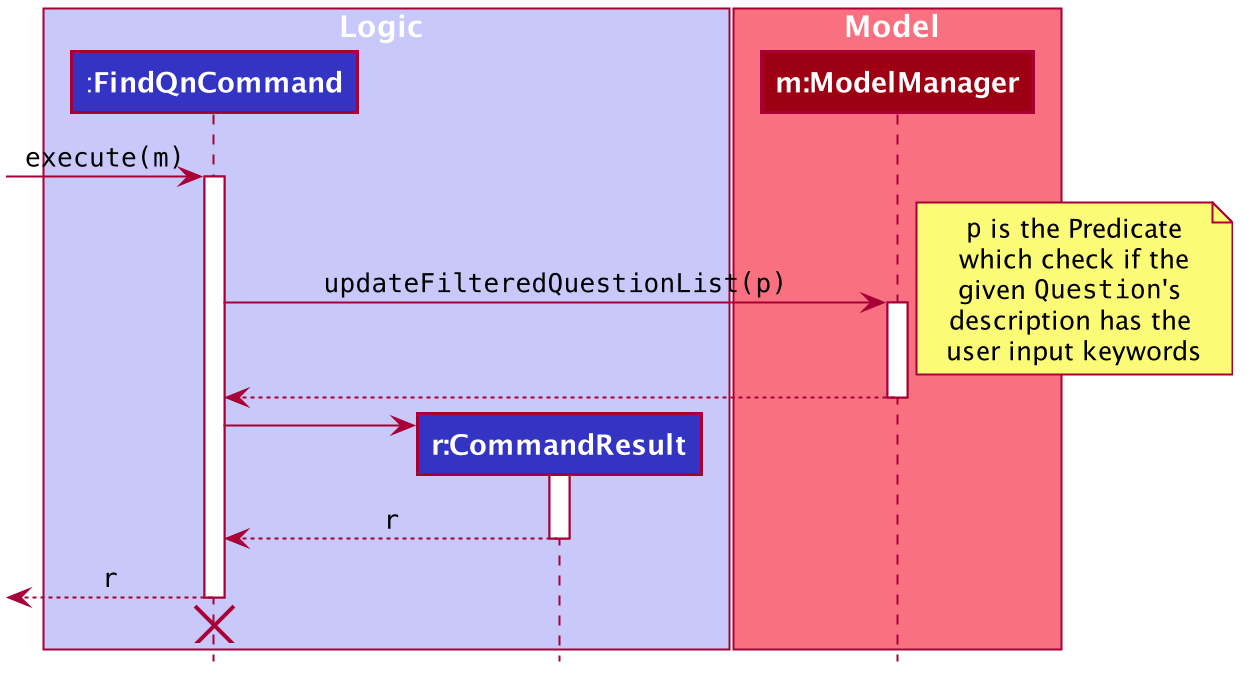
Earlier version of the PlantUML export docs/images/developerGuide/FindQnSequenceDiagram.png (xinyee20/tp). Its diagram source:
```plantuml
@startuml








skinparam BackgroundColor #FFFFFFF

skinparam Shadowing false

skinparam Class {
    FontColor #FFFFFF
    BorderThickness 1
    BorderColor #FFFFFF
    StereotypeFontColor #FFFFFF
    FontName Arial
}

skinparam Actor {
    BorderColor #000000
    Color #000000
    FontName Arial
}

skinparam Sequence {
    MessageAlign center
    BoxFontSize 15
    BoxPadding 0
    BoxFontColor #FFFFFF
    FontName Arial
}

skinparam Participant {
    FontColor #FFFFFFF
    Padding 20
}

skinparam MinClassWidth 50
skinparam ParticipantPadding 10
skinparam Shadowing false
skinparam DefaultTextAlignment center
skinparam packageStyle Rectangle

hide footbox
hide members
hide circle

box Logic #C8C8FA
participant ":**FindQnCommand**" as FindQnCommand #3333C4
participant "**r:CommandResult**" as CommandResult #3333C4
end box

box Model #F97181
participant "**m:ModelManager**" as ModelManager #9D0012
end box

[-> FindQnCommand : ""execute(m)""
activate FindQnCommand

FindQnCommand -> ModelManager : ""updateFilteredQuestionList(p)""
activate ModelManager

note right
""p"" is the Predicate
which check if the
given ""Question""'s
description has the
user input keywords
end note

ModelManager --> FindQnCommand
deactivate

create CommandResult
FindQnCommand -> CommandResult
activate CommandResult

CommandResult --> FindQnCommand : ""r""
deactivate CommandResult

[<-- FindQnCommand : ""r""
deactivate FindQnCommand

FindQnCommand -[hidden]> CommandResult
destroy FindQnCommand

@enduml
```
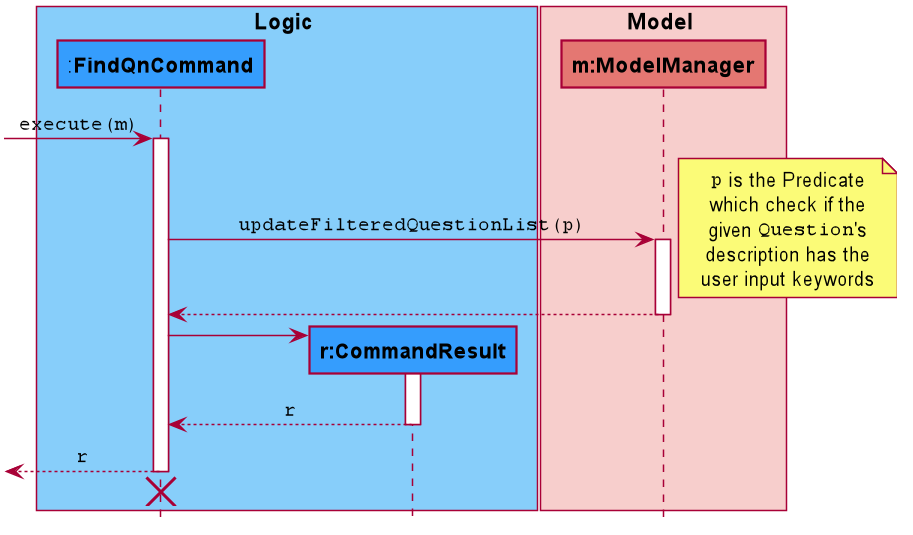
After the commit.

Commit message:
Change colors of FindQnSequenceDiagram

Diff of the diagram source:
```diff
@@ -1,4 +1,7 @@
 @startuml
+
+
+
 
 
 
@@ -12,29 +15,32 @@
 skinparam Shadowing false
 
 skinparam Class {
-    FontColor #FFFFFF
+    FontColor #black
     BorderThickness 1
     BorderColor #FFFFFF
-    StereotypeFontColor #FFFFFF
+    StereotypeFontColor #black
     FontName Arial
 }
 
 skinparam Actor {
-    BorderColor #000000
-    Color #000000
+    FontColor #black
+    BorderColor #black
+    Color #black
     FontName Arial
 }
 
 skinparam Sequence {
+    FontColor #black
     MessageAlign center
     BoxFontSize 15
     BoxPadding 0
-    BoxFontColor #FFFFFF
+    BoxFontColor #black
     FontName Arial
 }
 
 skinparam Participant {
-    FontColor #FFFFFFF
+    FontColor #black
+    FontColor #black
     Padding 20
 }
 
@@ -48,13 +54,13 @@
 hide members
 hide circle
 
-box Logic #C8C8FA
-participant ":**FindQnCommand**" as FindQnCommand #3333C4
-participant "**r:CommandResult**" as CommandResult #3333C4
+box Logic #87CEFA
+participant ":**FindQnCommand**" as FindQnCommand #359DFD
+participant "**r:CommandResult**" as CommandResult #359DFD
 end box
 
-box Model #F97181
-participant "**m:ModelManager**" as ModelManager #9D0012
+box Model #F7CECC
+participant "**m:ModelManager**" as ModelManager #E47772
 end box
 
 [-> FindQnCommand : ""execute(m)""
```
